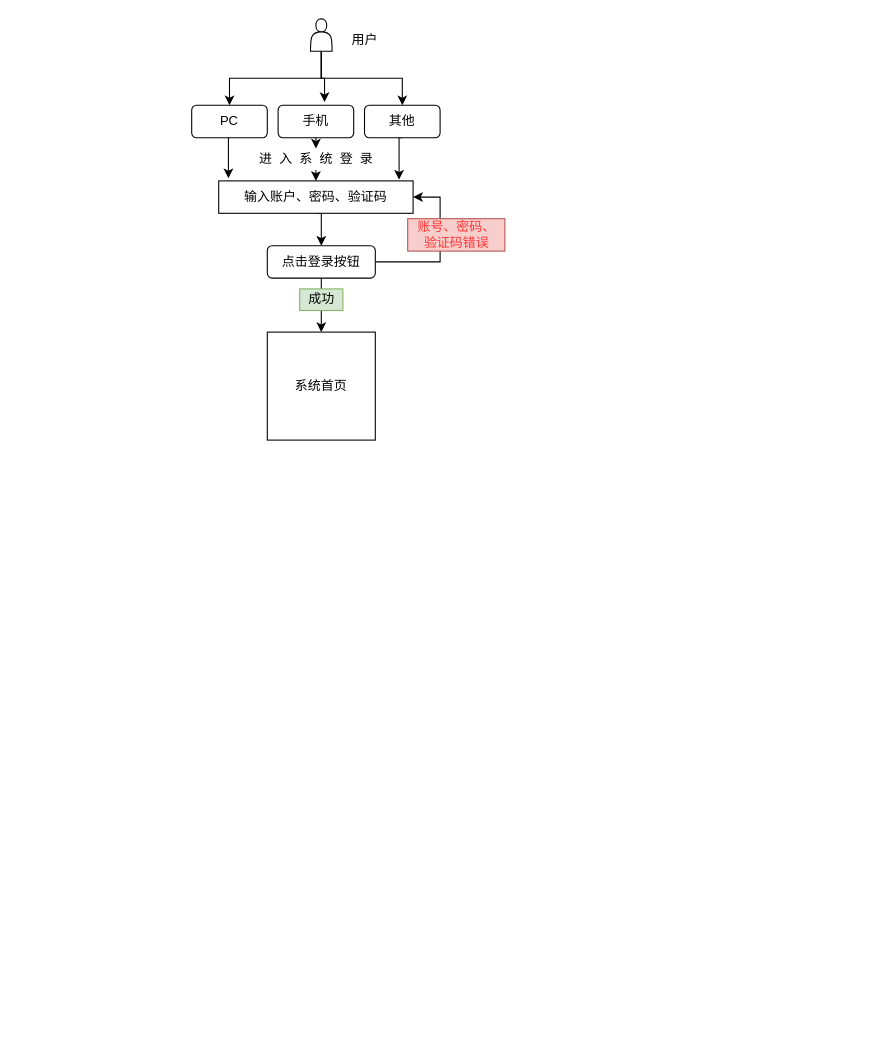
Earlier version of the draw.io diagram Untitled Diagram.drawio (cdcmo/hgedu). Source tidied: cells renumbered, new cells numbered last; positions are measured from the earlier drawing's top-left corner, leaving out a move shared by most shapes. Both pictures are drawn from the tidied source at 108%, with x=0, y=0 at pixel (191, 18).
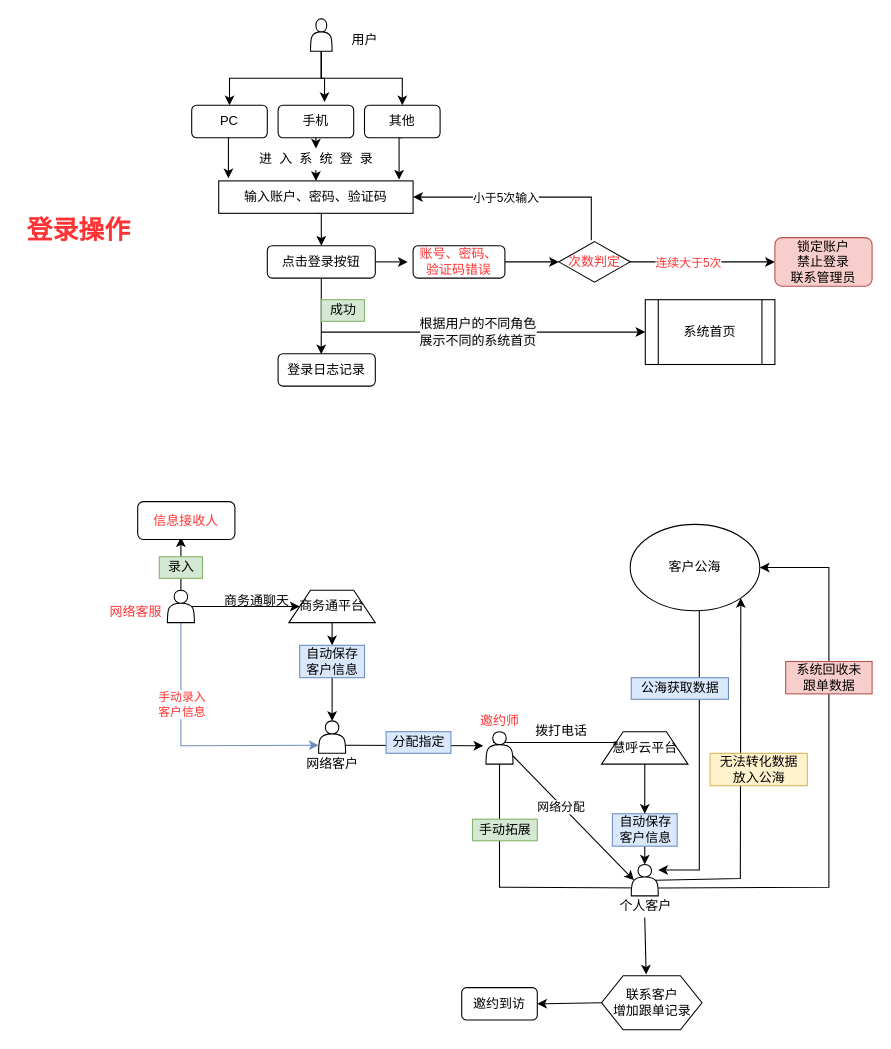
After the change.

Unchanged cells that the change refers to:
```xml
<mxCell id="9" value="输入账户、密码、验证码" style="rounded=0;whiteSpace=wrap;html=1;" parent="1" vertex="1">
  <mxGeometry x="25" y="150" width="180" height="30" as="geometry" />
</mxCell>
<mxCell id="19" value="点击登录按钮" style="rounded=1;whiteSpace=wrap;html=1;" parent="1" vertex="1">
  <mxGeometry x="70" y="210" width="100" height="30" as="geometry" />
</mxCell>
```

Diff of the diagram source:
```diff
@@
-    <mxCell id="17" style="edgeStyle=orthogonalEdgeStyle;rounded=0;jettySize=auto;html=1;exitX=1;exitY=0.5;exitDx=0;exitDy=0;entryX=1;entryY=0.5;entryDx=0;entryDy=0;" parent="1" edge="1" source="19" target="9">
-      <mxGeometry relative="1" as="geometry">
-        <Array as="points">
-          <mxPoint x="230" y="225" />
-          <mxPoint x="230" y="165" />
-        </Array>
-      </mxGeometry>
-    </mxCell>
-    <mxCell id="18" style="edgeStyle=orthogonalEdgeStyle;rounded=0;jettySize=auto;html=1;exitX=0.5;exitY=1;exitDx=0;exitDy=0;entryX=0.5;entryY=0;entryDx=0;entryDy=0;" parent="1" edge="1" source="19" target="21">
-      <mxGeometry relative="1" as="geometry" />
-    </mxCell>
+    <mxCell id="23" style="edgeStyle=orthogonalEdgeStyle;rounded=0;jettySize=auto;html=1;exitX=1;exitY=0.5;exitDx=0;exitDy=0;" parent="1" edge="1" source="19">
+      <mxGeometry relative="1" as="geometry">
+        <mxPoint x="200" y="225" as="targetPoint" />
+      </mxGeometry>
+    </mxCell>
+    <mxCell id="24" style="edgeStyle=none;rounded=0;jettySize=auto;html=1;exitX=0.5;exitY=1;exitDx=0;exitDy=0;entryX=0.444;entryY=0.017;entryDx=0;entryDy=0;entryPerimeter=0;" parent="1" edge="1" source="19" target="27">
+      <mxGeometry relative="1" as="geometry" />
+    </mxCell>
+    <mxCell id="25" style="edgeStyle=none;rounded=0;jettySize=auto;html=1;entryX=0;entryY=0.5;entryDx=0;entryDy=0;fontColor=#FF3333;" parent="1" edge="1" target="21">
+      <mxGeometry relative="1" as="geometry">
+        <mxPoint x="120" y="290" as="sourcePoint" />
+      </mxGeometry>
+    </mxCell>
+    <mxCell id="26" value="&lt;span style=&quot;color: rgb(0 , 0 , 0) ; font-size: 12px ; background-color: rgb(248 , 249 , 250)&quot;&gt;根据用户的不同角色&lt;/span&gt;&lt;br style=&quot;color: rgb(0 , 0 , 0) ; font-size: 12px ; background-color: rgb(248 , 249 , 250)&quot;&gt;&lt;span style=&quot;color: rgb(0 , 0 , 0) ; font-size: 12px ; background-color: rgb(248 , 249 , 250)&quot;&gt;展示不同的系统首页&lt;/span&gt;" style="edgeLabel;html=1;align=center;verticalAlign=middle;fontColor=#FF3333;" parent="25" vertex="1">
+      <mxGeometry x="-0.04" y="1" relative="1" as="geometry" />
+    </mxCell>
@@
+    <mxCell id="27" value="登录日志记录" style="rounded=1;whiteSpace=wrap;html=1;" parent="1" vertex="1">
+      <mxGeometry x="80" y="310" width="90" height="30" as="geometry" />
+    </mxCell>
+    <mxCell id="22" value="成功" style="text;html=1;align=center;verticalAlign=middle;fillColor=#d5e8d4;strokeColor=#82b366;" parent="1" vertex="1">
+      <mxGeometry x="120" y="260" width="40" height="20" as="geometry" />
+    </mxCell>
+    <mxCell id="28" style="edgeStyle=none;rounded=0;jettySize=auto;html=1;exitX=1;exitY=0.5;exitDx=0;exitDy=0;" parent="1" edge="1" source="20">
+      <mxGeometry relative="1" as="geometry">
+        <mxPoint x="340" y="225" as="targetPoint" />
+      </mxGeometry>
+    </mxCell>
-    <mxCell id="20" value="&lt;font color=&quot;#ff3333&quot;&gt;账号、密码、&lt;br&gt;验证码错误&lt;/font&gt;" style="text;html=1;align=center;verticalAlign=middle;points=[];fillColor=#f8cecc;strokeColor=#b85450;" parent="1" vertex="1">
-      <mxGeometry x="200" y="185" width="90" height="30" as="geometry" />
+    <mxCell id="20" value="&lt;span style=&quot;color: rgb(255 , 51 , 51)&quot;&gt;账号、密码、&lt;/span&gt;&lt;br style=&quot;color: rgb(255 , 51 , 51)&quot;&gt;&lt;span style=&quot;color: rgb(255 , 51 , 51)&quot;&gt;验证码错误&lt;/span&gt;" style="rounded=1;whiteSpace=wrap;html=1;" parent="1" vertex="1">
+      <mxGeometry x="205" y="210" width="85" height="30" as="geometry" />
     </mxCell>
+    <mxCell id="29" style="edgeStyle=none;rounded=0;jettySize=auto;html=1;exitX=1;exitY=0.5;exitDx=0;exitDy=0;" parent="1" edge="1" target="33">
+      <mxGeometry relative="1" as="geometry">
+        <mxPoint x="400" y="225" as="sourcePoint" />
+      </mxGeometry>
+    </mxCell>
+    <mxCell id="30" value="连续大于5次" style="edgeLabel;html=1;align=center;verticalAlign=middle;fontColor=#FF3333;" parent="29" vertex="1">
+      <mxGeometry x="-0.31" y="-1" relative="1" as="geometry">
+        <mxPoint x="11.7" y="-1" as="offset" />
+      </mxGeometry>
+    </mxCell>
+    <mxCell id="31" style="edgeStyle=none;rounded=0;jettySize=auto;html=1;exitX=0.5;exitY=0;exitDx=0;exitDy=0;entryX=1;entryY=0.5;entryDx=0;entryDy=0;" parent="1" edge="1" target="9">
+      <mxGeometry relative="1" as="geometry">
+        <mxPoint x="370" y="205" as="sourcePoint" />
+        <Array as="points">
+          <mxPoint x="370" y="165" />
+        </Array>
+      </mxGeometry>
+    </mxCell>
+    <mxCell id="32" value="小于5次输入" style="edgeLabel;html=1;align=center;verticalAlign=middle;" parent="31" vertex="1">
+      <mxGeometry x="0.35" y="1" relative="1" as="geometry">
+        <mxPoint x="18.3" y="-1" as="offset" />
+      </mxGeometry>
+    </mxCell>
+    <mxCell id="33" value="锁定账户&lt;br&gt;禁止登录&lt;br&gt;联系管理员" style="rounded=1;whiteSpace=wrap;html=1;fillColor=#f8cecc;strokeColor=#b85450;" parent="1" vertex="1">
+      <mxGeometry x="540" y="202.5" width="90" height="45" as="geometry" />
+    </mxCell>
+    <mxCell id="34" value="次数判定" style="rhombus;whiteSpace=wrap;html=1;fontColor=#FF3333;" parent="1" vertex="1">
+      <mxGeometry x="340" y="206.2" width="66" height="37.5" as="geometry" />
+    </mxCell>
-    <mxCell id="21" value="系统首页" style="whiteSpace=wrap;html=1;" parent="1" vertex="1">
-      <mxGeometry x="70" y="290" width="100" height="100" as="geometry" />
+    <mxCell id="21" value="&lt;font color=&quot;#000000&quot;&gt;系统首页&lt;/font&gt;" style="shape=process;whiteSpace=wrap;html=1;backgroundOutline=1;fontColor=#FF3333;" parent="1" vertex="1">
+      <mxGeometry x="420" y="260" width="120" height="60" as="geometry" />
     </mxCell>
-    <mxCell id="22" value="成功" style="text;html=1;align=center;verticalAlign=middle;fillColor=#d5e8d4;strokeColor=#82b366;" parent="1" vertex="1">
-      <mxGeometry x="100" y="250" width="40" height="20" as="geometry" />
-    </mxCell>
+    <mxCell id="35" value="&lt;b&gt;&lt;font style=&quot;font-size: 24px&quot;&gt;登录操作&lt;/font&gt;&lt;/b&gt;" style="text;html=1;align=center;verticalAlign=middle;fontColor=#FF3333;" parent="1" vertex="1">
+      <mxGeometry x="-160" y="186.2" width="110" height="20" as="geometry" />
+    </mxCell>
+    <mxCell id="36" style="edgeStyle=none;rounded=0;jettySize=auto;html=1;exitX=0.9;exitY=0.5;exitDx=0;exitDy=0;entryX=0;entryY=0.5;entryDx=0;entryDy=0;fontColor=#FF3333;exitPerimeter=0;" parent="1" edge="1" source="40" target="43">
+      <mxGeometry relative="1" as="geometry" />
+    </mxCell>
+    <mxCell id="37" style="edgeStyle=none;rounded=0;jettySize=auto;html=1;exitX=0.5;exitY=1;exitDx=0;exitDy=0;fontColor=#FF3333;entryX=0;entryY=0.75;entryDx=0;entryDy=0;fillColor=#dae8fc;strokeColor=#6c8ebf;" parent="1" edge="1" source="40" target="58">
+      <mxGeometry relative="1" as="geometry">
+        <Array as="points">
+          <mxPoint x="-10" y="673" />
+        </Array>
+      </mxGeometry>
+    </mxCell>
+    <mxCell id="38" value="手动录入&lt;br&gt;客户信息" style="edgeLabel;html=1;align=center;verticalAlign=middle;fontColor=#FF3333;" parent="37" vertex="1">
+      <mxGeometry x="-0.22" relative="1" as="geometry">
+        <mxPoint y="-19" as="offset" />
+      </mxGeometry>
+    </mxCell>
+    <mxCell id="39" style="edgeStyle=none;rounded=0;jettySize=auto;html=1;exitX=0.5;exitY=0;exitDx=0;exitDy=0;fontColor=#000000;" parent="1" edge="1" source="40">
+      <mxGeometry relative="1" as="geometry">
+        <mxPoint x="-10" y="480" as="targetPoint" />
+      </mxGeometry>
+    </mxCell>
+    <mxCell id="40" style="shape=actor;whiteSpace=wrap;html=1;fontColor=#FF3333;" parent="1" vertex="1">
+      <mxGeometry x="-22.5" y="529" width="25" height="30" as="geometry" />
+    </mxCell>
+    <mxCell id="41" value="网络客服" style="text;html=1;align=center;verticalAlign=middle;fontColor=#FF3333;" parent="1" vertex="1">
+      <mxGeometry x="-82.5" y="539" width="60" height="20" as="geometry" />
+    </mxCell>
+    <mxCell id="42" style="edgeStyle=none;rounded=0;jettySize=auto;html=1;exitX=0.5;exitY=1;exitDx=0;exitDy=0;entryX=0.5;entryY=0;entryDx=0;entryDy=0;fontColor=#000000;" parent="1" edge="1" source="59" target="58">
+      <mxGeometry relative="1" as="geometry" />
+    </mxCell>
+    <mxCell id="43" value="&lt;font color=&quot;#000000&quot;&gt;商务通平台&lt;/font&gt;" style="shape=trapezoid;perimeter=trapezoidPerimeter;whiteSpace=wrap;html=1;fixedSize=1;fontColor=#FF3333;" parent="1" vertex="1">
+      <mxGeometry x="90" y="529" width="80" height="30" as="geometry" />
+    </mxCell>
+    <mxCell id="44" value="&lt;font color=&quot;#000000&quot;&gt;商务通聊天&lt;/font&gt;" style="text;html=1;align=center;verticalAlign=middle;fontColor=#FF3333;" parent="1" vertex="1">
+      <mxGeometry x="20" y="529" width="80" height="20" as="geometry" />
+    </mxCell>
+    <mxCell id="45" value="信息接收人" style="rounded=1;whiteSpace=wrap;html=1;fontColor=#FF3333;" parent="1" vertex="1">
+      <mxGeometry x="-50" y="447" width="90" height="35" as="geometry" />
+    </mxCell>
+    <mxCell id="46" style="edgeStyle=none;rounded=0;jettySize=auto;html=1;entryX=1;entryY=0.25;entryDx=0;entryDy=0;fontColor=#FF3333;" parent="1" edge="1" target="53">
+      <mxGeometry relative="1" as="geometry">
+        <mxPoint x="279" y="670" as="sourcePoint" />
+      </mxGeometry>
+    </mxCell>
+    <mxCell id="47" style="edgeStyle=none;rounded=0;jettySize=auto;html=1;exitX=0.5;exitY=1;exitDx=0;exitDy=0;entryX=1;entryY=0.75;entryDx=0;entryDy=0;fontColor=#000000;" parent="1" edge="1" source="50" target="64">
+      <mxGeometry relative="1" as="geometry">
+        <Array as="points">
+          <mxPoint x="285" y="804" />
+        </Array>
+      </mxGeometry>
+    </mxCell>
+    <mxCell id="48" style="edgeStyle=none;rounded=0;jettySize=auto;html=1;exitX=1;exitY=0.75;exitDx=0;exitDy=0;entryX=0.1;entryY=0.5;entryDx=0;entryDy=0;entryPerimeter=0;fontColor=#000000;" parent="1" edge="1" source="50" target="64">
+      <mxGeometry relative="1" as="geometry" />
+    </mxCell>
+    <mxCell id="49" value="网络分配" style="edgeLabel;html=1;align=center;verticalAlign=middle;fontColor=#000000;" parent="48" vertex="1">
+      <mxGeometry x="-0.19" y="-1" relative="1" as="geometry">
+        <mxPoint x="-0.4" as="offset" />
+      </mxGeometry>
+    </mxCell>
+    <mxCell id="50" style="shape=actor;whiteSpace=wrap;html=1;fontColor=#FF3333;" parent="1" vertex="1">
+      <mxGeometry x="272.5" y="660" width="25" height="30" as="geometry" />
+    </mxCell>
+    <mxCell id="51" value="邀约师" style="text;html=1;align=center;verticalAlign=middle;fontColor=#FF3333;" parent="1" vertex="1">
+      <mxGeometry x="260" y="640" width="50" height="20" as="geometry" />
+    </mxCell>
+    <mxCell id="52" style="edgeStyle=none;rounded=0;jettySize=auto;html=1;exitX=0.5;exitY=1;exitDx=0;exitDy=0;fontColor=#000000;entryX=0.5;entryY=0;entryDx=0;entryDy=0;" parent="1" edge="1" source="65" target="64">
+      <mxGeometry relative="1" as="geometry" />
+    </mxCell>
+    <mxCell id="53" value="&lt;font color=&quot;#000000&quot;&gt;慧呼云平台&lt;/font&gt;" style="shape=trapezoid;perimeter=trapezoidPerimeter;whiteSpace=wrap;html=1;fixedSize=1;fontColor=#FF3333;" parent="1" vertex="1">
+      <mxGeometry x="379.5" y="660" width="80" height="30" as="geometry" />
+    </mxCell>
+    <mxCell id="54" value="拨打电话" style="text;html=1;align=center;verticalAlign=middle;" parent="1" vertex="1">
+      <mxGeometry x="311.5" y="650" width="60" height="20" as="geometry" />
+    </mxCell>
+    <mxCell id="55" value="录入" style="text;html=1;align=center;verticalAlign=middle;fillColor=#d5e8d4;strokeColor=#82b366;" parent="1" vertex="1">
+      <mxGeometry x="-30" y="498" width="40" height="20" as="geometry" />
+    </mxCell>
+    <mxCell id="56" value="手动拓展" style="text;html=1;align=center;verticalAlign=middle;fillColor=#d5e8d4;strokeColor=#82b366;" parent="1" vertex="1">
+      <mxGeometry x="260" y="741" width="60" height="20" as="geometry" />
+    </mxCell>
+    <mxCell id="57" style="edgeStyle=none;rounded=0;jettySize=auto;html=1;exitX=1;exitY=0.75;exitDx=0;exitDy=0;fontColor=#000000;" parent="1" edge="1" source="58">
+      <mxGeometry relative="1" as="geometry">
+        <mxPoint x="270" y="673" as="targetPoint" />
+      </mxGeometry>
+    </mxCell>
+    <mxCell id="58" style="shape=actor;whiteSpace=wrap;html=1;fontColor=#FF3333;" parent="1" vertex="1">
+      <mxGeometry x="117.5" y="650" width="25" height="30" as="geometry" />
+    </mxCell>
+    <mxCell id="59" value="自动保存&lt;br&gt;客户信息" style="text;html=1;align=center;verticalAlign=middle;points=[];fillColor=#dae8fc;strokeColor=#6c8ebf;" parent="1" vertex="1">
+      <mxGeometry x="100" y="580" width="60" height="30" as="geometry" />
+    </mxCell>
+    <mxCell id="60" style="edgeStyle=none;rounded=0;jettySize=auto;html=1;exitX=0.5;exitY=1;exitDx=0;exitDy=0;entryX=0.5;entryY=0;entryDx=0;entryDy=0;fontColor=#000000;" parent="1" edge="1" source="43" target="59">
+      <mxGeometry relative="1" as="geometry" />
+    </mxCell>
+    <mxCell id="61" style="edgeStyle=none;rounded=0;jettySize=auto;html=1;exitX=0.9;exitY=0.5;exitDx=0;exitDy=0;entryX=1;entryY=1;entryDx=0;entryDy=0;fontColor=#000000;exitPerimeter=0;" parent="1" edge="1" source="64" target="70">
+      <mxGeometry relative="1" as="geometry">
+        <Array as="points">
+          <mxPoint x="508" y="796" />
+        </Array>
+      </mxGeometry>
+    </mxCell>
+    <mxCell id="62" style="edgeStyle=none;rounded=0;jettySize=auto;html=1;exitX=1;exitY=0.75;exitDx=0;exitDy=0;entryX=1;entryY=0.5;entryDx=0;entryDy=0;fontColor=#000000;" parent="1" edge="1" source="64" target="70">
+      <mxGeometry relative="1" as="geometry">
+        <Array as="points">
+          <mxPoint x="590" y="804" />
+          <mxPoint x="590" y="508" />
+        </Array>
+      </mxGeometry>
+    </mxCell>
+    <mxCell id="63" style="edgeStyle=none;rounded=0;jettySize=auto;html=1;exitX=0.5;exitY=1;exitDx=0;exitDy=0;entryX=0.444;entryY=-0.023;entryDx=0;entryDy=0;entryPerimeter=0;fontColor=#000000;" parent="1" edge="1" source="76" target="75">
+      <mxGeometry relative="1" as="geometry" />
+    </mxCell>
+    <mxCell id="64" style="shape=actor;whiteSpace=wrap;html=1;fontColor=#FF3333;" parent="1" vertex="1">
+      <mxGeometry x="407" y="783" width="25" height="29" as="geometry" />
+    </mxCell>
+    <mxCell id="65" value="自动保存&lt;br&gt;客户信息" style="text;html=1;align=center;verticalAlign=middle;points=[];fillColor=#dae8fc;strokeColor=#6c8ebf;" parent="1" vertex="1">
+      <mxGeometry x="389.5" y="736" width="60" height="30" as="geometry" />
+    </mxCell>
+    <mxCell id="66" style="edgeStyle=none;rounded=0;jettySize=auto;html=1;exitX=0.5;exitY=1;exitDx=0;exitDy=0;fontColor=#000000;entryX=0.5;entryY=0;entryDx=0;entryDy=0;" parent="1" edge="1" source="53" target="65">
+      <mxGeometry relative="1" as="geometry" />
+    </mxCell>
+    <mxCell id="67" value="网络客户" style="text;html=1;align=center;verticalAlign=middle;fontColor=#000000;" parent="1" vertex="1">
+      <mxGeometry x="100" y="680" width="60" height="20" as="geometry" />
+    </mxCell>
+    <mxCell id="68" value="分配指定" style="text;html=1;align=center;verticalAlign=middle;fillColor=#dae8fc;strokeColor=#6c8ebf;" parent="1" vertex="1">
+      <mxGeometry x="180" y="660" width="60" height="20" as="geometry" />
+    </mxCell>
+    <mxCell id="69" style="edgeStyle=none;rounded=0;orthogonalLoop=1;jettySize=auto;html=1;fontColor=#000000;" parent="1" edge="1">
+      <mxGeometry relative="1" as="geometry">
+        <mxPoint x="470" y="542" as="sourcePoint" />
+        <mxPoint x="432" y="788" as="targetPoint" />
+        <Array as="points">
+          <mxPoint x="470" y="788" />
+        </Array>
+      </mxGeometry>
+    </mxCell>
+    <mxCell id="70" value="客户公海" style="ellipse;whiteSpace=wrap;html=1;fontColor=#000000;" parent="1" vertex="1">
+      <mxGeometry x="406" y="468" width="120" height="80" as="geometry" />
+    </mxCell>
+    <mxCell id="71" value="公海获取数据" style="text;html=1;align=center;verticalAlign=middle;fillColor=#dae8fc;strokeColor=#6c8ebf;" parent="1" vertex="1">
+      <mxGeometry x="407" y="610" width="90" height="20" as="geometry" />
+    </mxCell>
+    <mxCell id="72" value="无法转化数据&lt;br&gt;放入公海" style="text;html=1;align=center;verticalAlign=middle;fillColor=#fff2cc;strokeColor=#d6b656;" parent="1" vertex="1">
+      <mxGeometry x="480" y="680" width="90" height="30" as="geometry" />
+    </mxCell>
+    <mxCell id="73" value="系统回收未&lt;br&gt;跟单数据" style="text;html=1;align=center;verticalAlign=middle;fillColor=#f8cecc;strokeColor=#b85450;" parent="1" vertex="1">
+      <mxGeometry x="550" y="595" width="80" height="30" as="geometry" />
+    </mxCell>
+    <mxCell id="74" style="edgeStyle=none;rounded=0;jettySize=auto;html=1;exitX=0;exitY=0.5;exitDx=0;exitDy=0;entryX=1;entryY=0.5;entryDx=0;entryDy=0;fontColor=#000000;" parent="1" edge="1" source="75" target="77">
+      <mxGeometry relative="1" as="geometry" />
+    </mxCell>
+    <mxCell id="75" value="联系客户&lt;br&gt;增加跟单记录" style="shape=hexagon;perimeter=hexagonPerimeter2;whiteSpace=wrap;html=1;fixedSize=1;fontColor=#000000;" parent="1" vertex="1">
+      <mxGeometry x="379.5" y="886" width="93" height="50" as="geometry" />
+    </mxCell>
+    <mxCell id="76" value="个人客户" style="text;html=1;align=center;verticalAlign=middle;points=[];fontColor=#000000;" parent="1" vertex="1">
+      <mxGeometry x="389.5" y="812" width="60" height="20" as="geometry" />
+    </mxCell>
+    <mxCell id="77" value="邀约到访" style="rounded=1;whiteSpace=wrap;html=1;fontColor=#000000;" parent="1" vertex="1">
+      <mxGeometry x="250" y="897" width="70" height="30" as="geometry" />
+    </mxCell>
```
